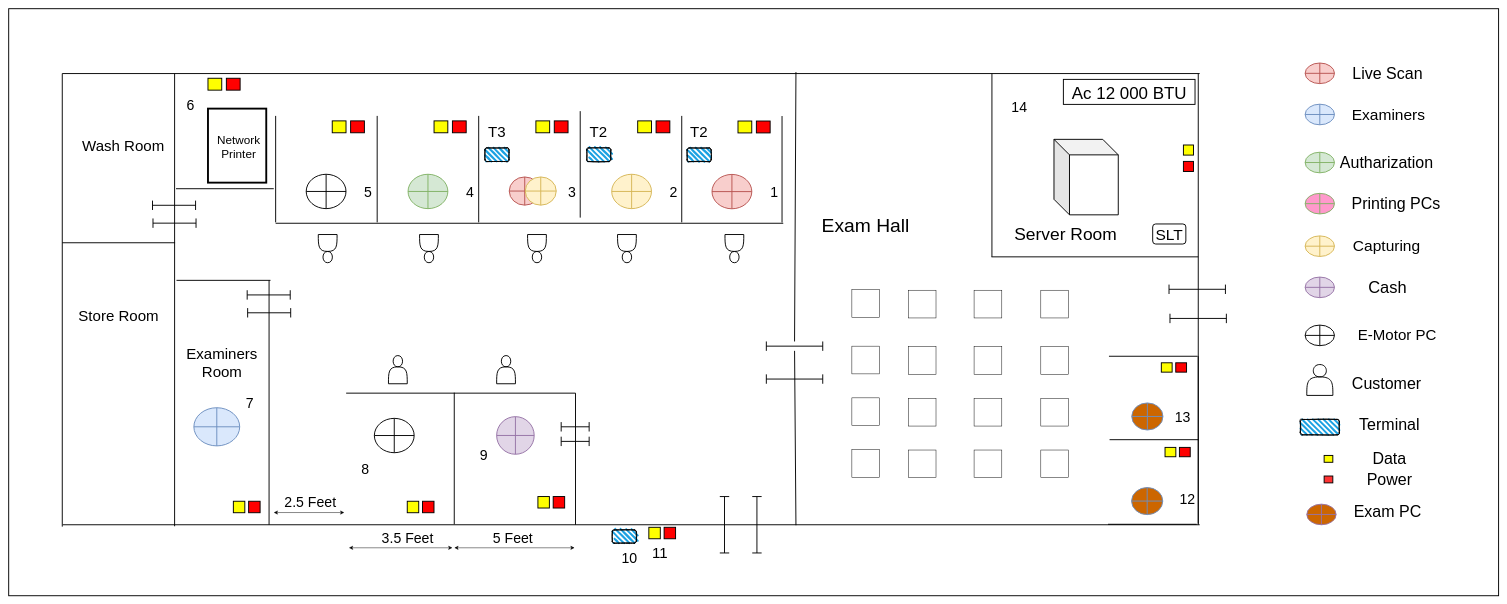
thushan-harshajeewa/dmt-diagrams keeps this draw.io diagram as kilinochchi.drawio. Above is the earlier version. Source tidied: cells renumbered, new cells numbered last; positions are measured from the earlier drawing's top-left corner, leaving out a move shared by most shapes. Both pictures are drawn from the tidied source at 47%, with x=0, y=0 at pixel (8, 8).
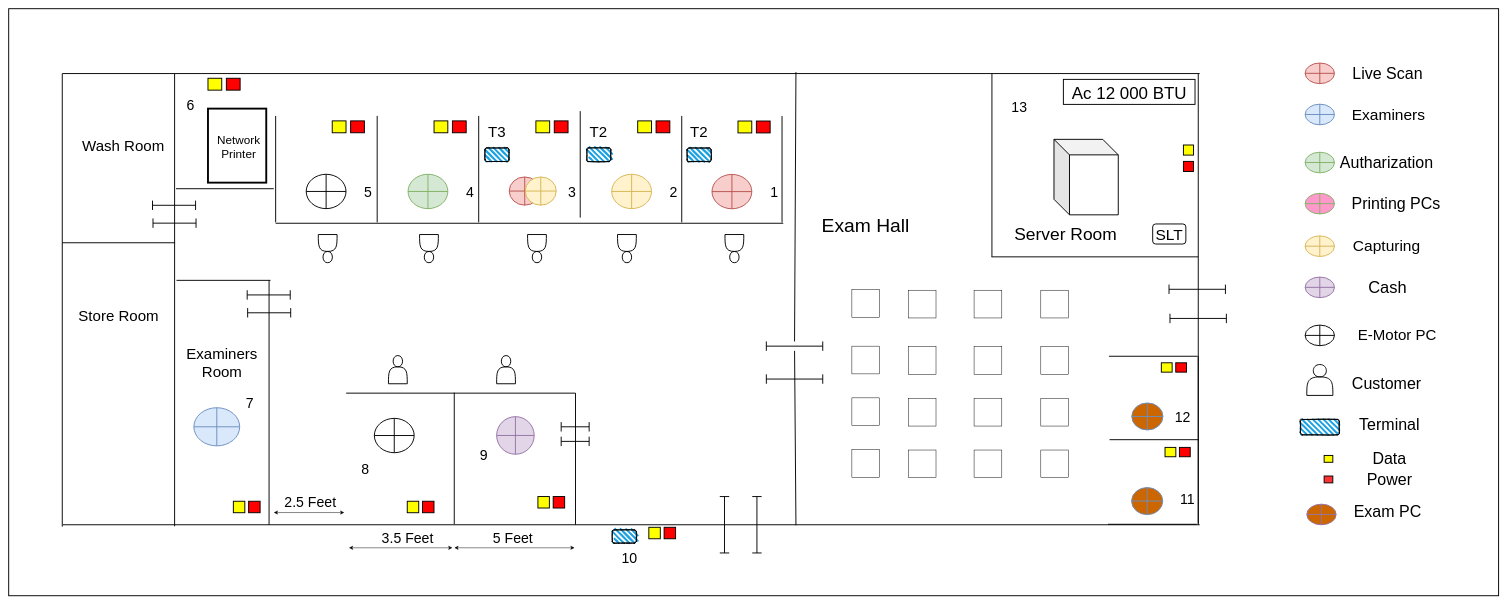
After the change.

Unchanged cells that the change refers to:
```xml
<mxCell id="116" style="group;strokeWidth=2;" parent="1" vertex="1">
  <mxGeometry x="2341" y="739.5" width="190" height="357.5" as="geometry" />
</mxCell>
```

Diff of the diagram source:
```diff
@@
-    <mxCell id="28" value="&lt;font style=&quot;font-size: 30px;&quot;&gt;14&lt;/font&gt;" style="text;html=1;align=center;verticalAlign=middle;whiteSpace=wrap;rounded=0;strokeWidth=2;" parent="1" vertex="1">
+    <mxCell id="28" value="&lt;font style=&quot;font-size: 30px;&quot;&gt;13&lt;/font&gt;" style="text;html=1;align=center;verticalAlign=middle;whiteSpace=wrap;rounded=0;strokeWidth=2;" parent="1" vertex="1">
       <mxGeometry x="2129.3" y="199.3" width="43" height="21.5" as="geometry" />
     </mxCell>
@@
-    <mxCell id="114" value="&lt;font style=&quot;font-size: 32px;&quot;&gt;11&lt;/font&gt;" style="text;html=1;align=center;verticalAlign=middle;whiteSpace=wrap;rounded=0;strokeWidth=2;" parent="1" vertex="1">
-      <mxGeometry x="1366.7" y="1148" width="38.3" height="21.1" as="geometry" />
-    </mxCell>
@@
-    <mxCell id="126" value="&lt;font style=&quot;font-size: 30px;&quot;&gt;12&lt;/font&gt;" style="text;html=1;align=center;verticalAlign=middle;whiteSpace=wrap;rounded=0;strokeWidth=2;" parent="116" vertex="1">
+    <mxCell id="126" value="&lt;font style=&quot;font-size: 30px;&quot;&gt;11&lt;/font&gt;" style="text;html=1;align=center;verticalAlign=middle;whiteSpace=wrap;rounded=0;strokeWidth=2;" parent="116" vertex="1">
       <mxGeometry x="151.6" y="295.7" width="30.1" height="17.3" as="geometry" />
     </mxCell>
-    <mxCell id="127" value="&lt;font style=&quot;font-size: 30px;&quot;&gt;13&lt;/font&gt;" style="text;html=1;align=center;verticalAlign=middle;whiteSpace=wrap;rounded=0;strokeWidth=2;" parent="116" vertex="1">
+    <mxCell id="127" value="&lt;font style=&quot;font-size: 30px;&quot;&gt;12&lt;/font&gt;" style="text;html=1;align=center;verticalAlign=middle;whiteSpace=wrap;rounded=0;strokeWidth=2;" parent="116" vertex="1">
       <mxGeometry x="142.1" y="119.5" width="30.1" height="17.3" as="geometry" />
     </mxCell>
```
